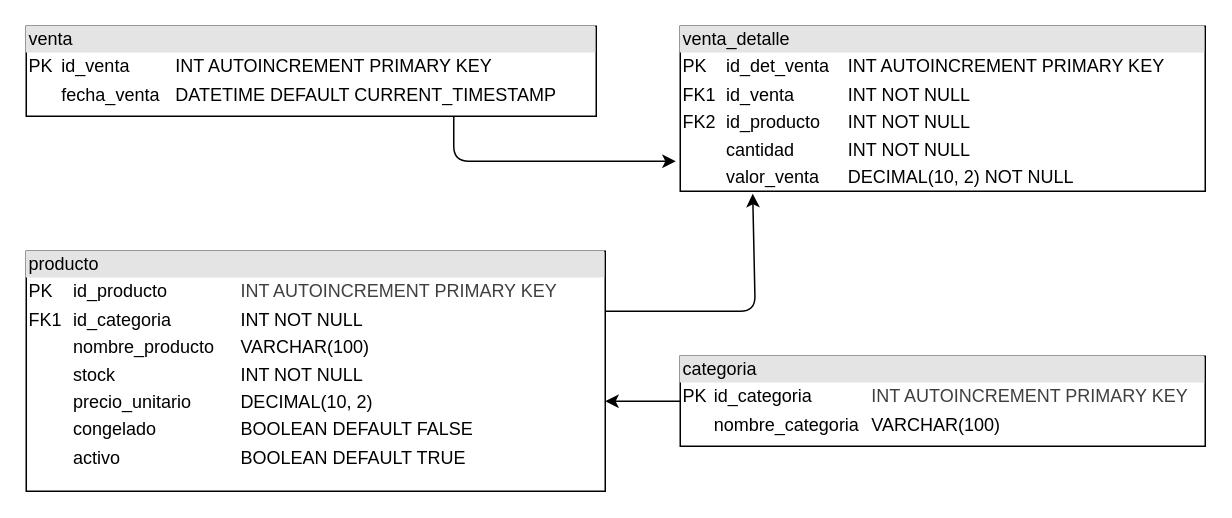
This is design.drawio from soulLeo77/carreando-farmacia, a draw.io file, before an edit. Source tidied: cells renumbered, new cells numbered last; positions are measured from the earlier drawing's top-left corner, leaving out a move shared by most shapes. Both pictures are drawn from the tidied source at 150%, with x=0, y=0 at pixel (26, 26).
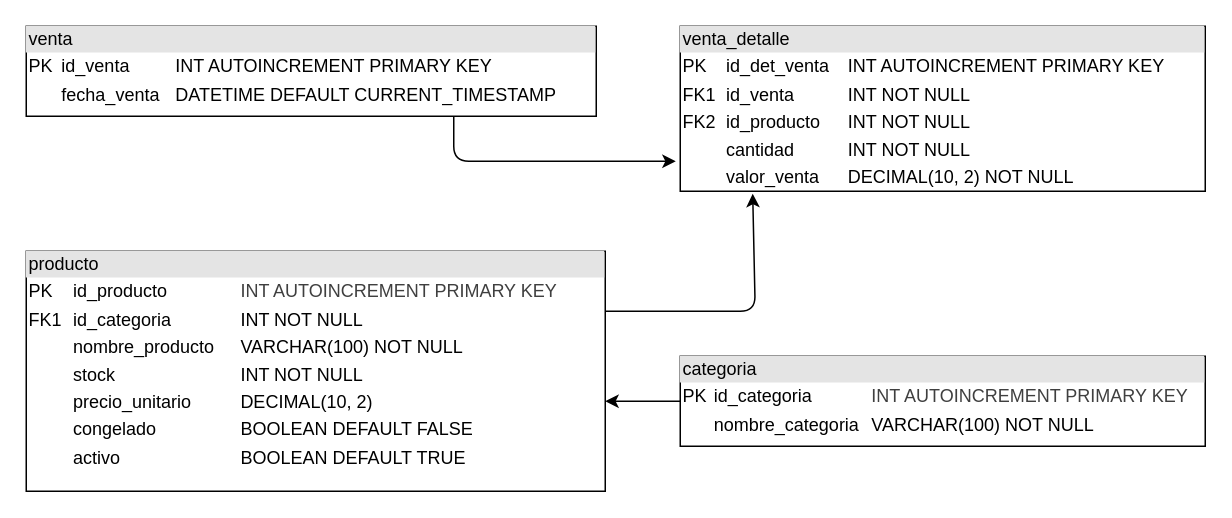
Above is the later version.

Diff of the diagram source:
```diff
@@
 <mxGraphModel>
   <root>
     <mxCell id="0" />
     <mxCell id="1" parent="0" />
     <mxCell id="2" style="edgeStyle=none;html=1;exitX=0.75;exitY=1;exitDx=0;exitDy=0;" parent="1" edge="1" source="3">
       <mxGeometry relative="1" as="geometry">
         <mxPoint x="433" y="90" as="targetPoint" />
         <Array as="points">
           <mxPoint x="285" y="90" />
         </Array>
       </mxGeometry>
     </mxCell>
     <mxCell id="3" value="&lt;div style=&quot;box-sizing: border-box; width: 100%; background: rgb(228, 228, 228); padding: 2px;&quot;&gt;venta&lt;/div&gt;&lt;table style=&quot;width:100%;font-size:1em;&quot; cellpadding=&quot;2&quot; cellspacing=&quot;0&quot;&gt;&lt;tbody&gt;&lt;tr&gt;&lt;td&gt;PK&lt;/td&gt;&lt;td&gt;id_venta&lt;/td&gt;&lt;td&gt;INT AUTOINCREMENT PRIMARY KEY&lt;/td&gt;&lt;/tr&gt;&lt;tr&gt;&lt;td&gt;&lt;/td&gt;&lt;td&gt;fecha_venta&lt;/td&gt;&lt;td&gt;DATETIME DEFAULT CURRENT_TIMESTAMP&lt;/td&gt;&lt;/tr&gt;&lt;tr&gt;&lt;td&gt;&lt;/td&gt;&lt;td&gt;&lt;br&gt;&lt;/td&gt;&lt;td&gt;&lt;br&gt;&lt;/td&gt;&lt;/tr&gt;&lt;/tbody&gt;&lt;/table&gt;" style="verticalAlign=top;align=left;overflow=fill;html=1;whiteSpace=wrap;" parent="1" vertex="1">
       <mxGeometry width="380" height="60" as="geometry" />
     </mxCell>
     <mxCell id="4" value="&lt;div style=&quot;box-sizing: border-box; width: 100%; background: rgb(228, 228, 228); padding: 2px;&quot;&gt;venta_detalle&lt;/div&gt;&lt;table style=&quot;width:100%;font-size:1em;&quot; cellpadding=&quot;2&quot; cellspacing=&quot;0&quot;&gt;&lt;tbody&gt;&lt;tr&gt;&lt;td&gt;PK&lt;/td&gt;&lt;td&gt;id_det_venta&lt;/td&gt;&lt;td&gt;INT AUTOINCREMENT PRIMARY KEY&lt;/td&gt;&lt;/tr&gt;&lt;tr&gt;&lt;td&gt;FK1&lt;/td&gt;&lt;td&gt;id_venta&lt;/td&gt;&lt;td&gt;INT NOT NULL&lt;/td&gt;&lt;/tr&gt;&lt;tr&gt;&lt;td&gt;FK2&lt;/td&gt;&lt;td&gt;id_producto&lt;/td&gt;&lt;td&gt;INT NOT NULL&lt;/td&gt;&lt;/tr&gt;&lt;tr&gt;&lt;td&gt;&lt;br&gt;&lt;/td&gt;&lt;td&gt;cantidad&lt;/td&gt;&lt;td&gt;INT NOT NULL&lt;/td&gt;&lt;/tr&gt;&lt;tr&gt;&lt;td&gt;&lt;br&gt;&lt;/td&gt;&lt;td&gt;valor_venta&lt;/td&gt;&lt;td&gt;DECIMAL(10, 2) NOT NULL&lt;/td&gt;&lt;/tr&gt;&lt;/tbody&gt;&lt;/table&gt;" style="verticalAlign=top;align=left;overflow=fill;html=1;whiteSpace=wrap;" parent="1" vertex="1">
       <mxGeometry x="436" width="350" height="110" as="geometry" />
     </mxCell>
     <mxCell id="5" style="edgeStyle=none;html=1;exitX=1;exitY=0.25;exitDx=0;exitDy=0;entryX=0.138;entryY=1.015;entryDx=0;entryDy=0;entryPerimeter=0;" parent="1" edge="1" source="6" target="4">
       <mxGeometry relative="1" as="geometry">
         <Array as="points">
           <mxPoint x="486" y="190" />
         </Array>
       </mxGeometry>
     </mxCell>
-    <mxCell id="6" value="&lt;div style=&quot;box-sizing: border-box; width: 100%; background: rgb(228, 228, 228); padding: 2px;&quot;&gt;producto&lt;/div&gt;&lt;table style=&quot;width:100%;font-size:1em;&quot; cellpadding=&quot;2&quot; cellspacing=&quot;0&quot;&gt;&lt;tbody&gt;&lt;tr&gt;&lt;td&gt;PK&lt;/td&gt;&lt;td&gt;id_producto&lt;/td&gt;&lt;td&gt;&lt;span style=&quot;color: rgb(63, 63, 63);&quot;&gt;INT AUTOINCREMENT PRIMARY KEY&lt;/span&gt;&lt;/td&gt;&lt;/tr&gt;&lt;tr&gt;&lt;td&gt;FK1&lt;/td&gt;&lt;td&gt;id_categoria&lt;/td&gt;&lt;td&gt;INT NOT NULL&lt;/td&gt;&lt;/tr&gt;&lt;tr&gt;&lt;td&gt;&lt;/td&gt;&lt;td&gt;nombre_producto&lt;/td&gt;&lt;td&gt;VARCHAR(100)&lt;br&gt;&lt;/td&gt;&lt;/tr&gt;&lt;tr&gt;&lt;td&gt;&lt;br&gt;&lt;/td&gt;&lt;td&gt;stock&lt;br&gt;&lt;/td&gt;&lt;td&gt;INT NOT NULL&lt;/td&gt;&lt;/tr&gt;&lt;tr&gt;&lt;td&gt;&lt;br&gt;&lt;/td&gt;&lt;td&gt;precio_unitario&lt;/td&gt;&lt;td&gt;DECIMAL(10, 2)&lt;/td&gt;&lt;/tr&gt;&lt;tr&gt;&lt;td&gt;&lt;br&gt;&lt;/td&gt;&lt;td&gt;congelado&lt;/td&gt;&lt;td&gt;BOOLEAN DEFAULT FALSE&lt;/td&gt;&lt;/tr&gt;&lt;tr&gt;&lt;td&gt;&lt;br&gt;&lt;/td&gt;&lt;td&gt;activo&lt;/td&gt;&lt;td&gt;BOOLEAN DEFAULT TRUE&lt;/td&gt;&lt;/tr&gt;&lt;/tbody&gt;&lt;/table&gt;" style="verticalAlign=top;align=left;overflow=fill;html=1;whiteSpace=wrap;" parent="1" vertex="1">
+    <mxCell id="6" value="&lt;div style=&quot;box-sizing: border-box; width: 100%; background: rgb(228, 228, 228); padding: 2px;&quot;&gt;producto&lt;/div&gt;&lt;table style=&quot;width:100%;font-size:1em;&quot; cellpadding=&quot;2&quot; cellspacing=&quot;0&quot;&gt;&lt;tbody&gt;&lt;tr&gt;&lt;td&gt;PK&lt;/td&gt;&lt;td&gt;id_producto&lt;/td&gt;&lt;td&gt;&lt;span style=&quot;color: rgb(63, 63, 63);&quot;&gt;INT AUTOINCREMENT PRIMARY KEY&lt;/span&gt;&lt;/td&gt;&lt;/tr&gt;&lt;tr&gt;&lt;td&gt;FK1&lt;/td&gt;&lt;td&gt;id_categoria&lt;/td&gt;&lt;td&gt;INT NOT NULL&lt;/td&gt;&lt;/tr&gt;&lt;tr&gt;&lt;td&gt;&lt;/td&gt;&lt;td&gt;nombre_producto&lt;/td&gt;&lt;td&gt;VARCHAR(100)&amp;nbsp;NOT NULL&lt;br&gt;&lt;/td&gt;&lt;/tr&gt;&lt;tr&gt;&lt;td&gt;&lt;br&gt;&lt;/td&gt;&lt;td&gt;stock&lt;br&gt;&lt;/td&gt;&lt;td&gt;INT NOT NULL&lt;/td&gt;&lt;/tr&gt;&lt;tr&gt;&lt;td&gt;&lt;br&gt;&lt;/td&gt;&lt;td&gt;precio_unitario&lt;/td&gt;&lt;td&gt;DECIMAL(10, 2)&lt;/td&gt;&lt;/tr&gt;&lt;tr&gt;&lt;td&gt;&lt;br&gt;&lt;/td&gt;&lt;td&gt;congelado&lt;/td&gt;&lt;td&gt;BOOLEAN DEFAULT FALSE&lt;/td&gt;&lt;/tr&gt;&lt;tr&gt;&lt;td&gt;&lt;br&gt;&lt;/td&gt;&lt;td&gt;activo&lt;/td&gt;&lt;td&gt;BOOLEAN DEFAULT TRUE&lt;/td&gt;&lt;/tr&gt;&lt;/tbody&gt;&lt;/table&gt;" style="verticalAlign=top;align=left;overflow=fill;html=1;whiteSpace=wrap;" parent="1" vertex="1">
       <mxGeometry y="150" width="386" height="160" as="geometry" />
     </mxCell>
-    <mxCell id="7" value="&lt;div style=&quot;box-sizing: border-box; width: 100%; background: rgb(228, 228, 228); padding: 2px;&quot;&gt;categoria&lt;/div&gt;&lt;table style=&quot;width:100%;font-size:1em;&quot; cellpadding=&quot;2&quot; cellspacing=&quot;0&quot;&gt;&lt;tbody&gt;&lt;tr&gt;&lt;td&gt;PK&lt;/td&gt;&lt;td&gt;id_categoria&lt;/td&gt;&lt;td&gt;&lt;span style=&quot;color: rgb(63, 63, 63);&quot;&gt;INT AUTOINCREMENT PRIMARY KEY&lt;/span&gt;&lt;/td&gt;&lt;/tr&gt;&lt;tr&gt;&lt;td&gt;&lt;br&gt;&lt;/td&gt;&lt;td&gt;nombre_categoria&lt;/td&gt;&lt;td&gt;VARCHAR(100)&lt;/td&gt;&lt;/tr&gt;&lt;tr&gt;&lt;td&gt;&lt;br&gt;&lt;/td&gt;&lt;td&gt;&lt;br&gt;&lt;/td&gt;&lt;td&gt;&lt;br&gt;&lt;/td&gt;&lt;/tr&gt;&lt;/tbody&gt;&lt;/table&gt;" style="verticalAlign=top;align=left;overflow=fill;html=1;whiteSpace=wrap;" parent="1" vertex="1">
+    <mxCell id="7" value="&lt;div style=&quot;box-sizing: border-box; width: 100%; background: rgb(228, 228, 228); padding: 2px;&quot;&gt;categoria&lt;/div&gt;&lt;table style=&quot;width:100%;font-size:1em;&quot; cellpadding=&quot;2&quot; cellspacing=&quot;0&quot;&gt;&lt;tbody&gt;&lt;tr&gt;&lt;td&gt;PK&lt;/td&gt;&lt;td&gt;id_categoria&lt;/td&gt;&lt;td&gt;&lt;span style=&quot;color: rgb(63, 63, 63);&quot;&gt;INT AUTOINCREMENT PRIMARY KEY&lt;/span&gt;&lt;/td&gt;&lt;/tr&gt;&lt;tr&gt;&lt;td&gt;&lt;br&gt;&lt;/td&gt;&lt;td&gt;nombre_categoria&lt;/td&gt;&lt;td&gt;VARCHAR(100) NOT NULL&lt;/td&gt;&lt;/tr&gt;&lt;tr&gt;&lt;td&gt;&lt;br&gt;&lt;/td&gt;&lt;td&gt;&lt;br&gt;&lt;/td&gt;&lt;td&gt;&lt;br&gt;&lt;/td&gt;&lt;/tr&gt;&lt;/tbody&gt;&lt;/table&gt;" style="verticalAlign=top;align=left;overflow=fill;html=1;whiteSpace=wrap;" parent="1" vertex="1">
       <mxGeometry x="436" y="220" width="350" height="60" as="geometry" />
     </mxCell>
     <mxCell id="8" style="edgeStyle=none;html=1;exitX=0;exitY=0.5;exitDx=0;exitDy=0;" parent="1" edge="1" source="7">
       <mxGeometry relative="1" as="geometry">
         <mxPoint x="386" y="250" as="targetPoint" />
       </mxGeometry>
     </mxCell>
   </root>
 </mxGraphModel>
```
